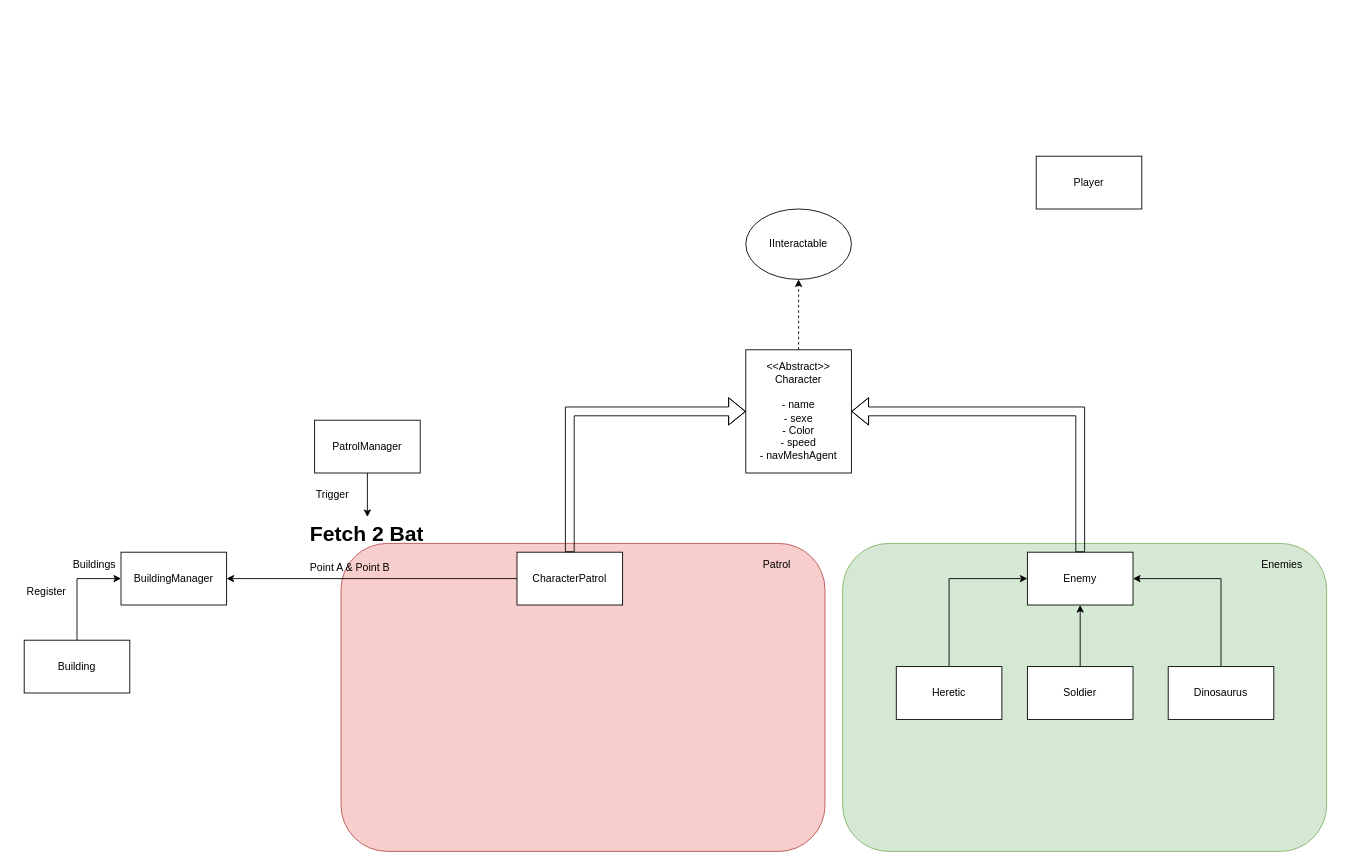
The draw.io diagram Archi.drawio in KillianBiou/GOD, before the edit. Source tidied: cells renumbered, new cells numbered last; positions are measured from the earlier drawing's top-left corner, leaving out a move shared by most shapes. Both pictures are drawn from the tidied source at 88%, with x=0, y=0 at pixel (15, 156).
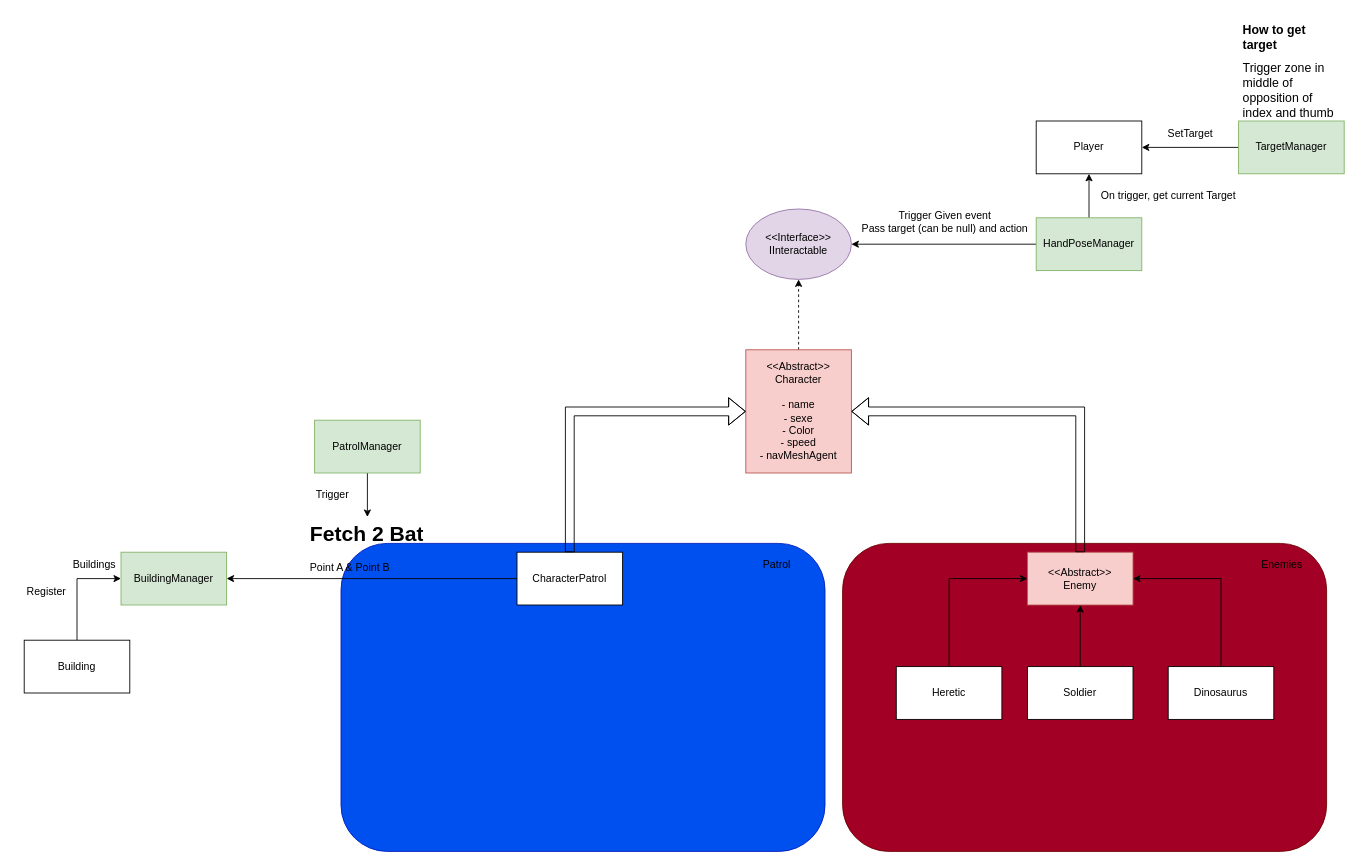
Above is the later version.

What changed in the source:
```diff
@@
-    <mxCell id="2" value="BuildingManager" style="rounded=0;whiteSpace=wrap;html=1;" parent="1" vertex="1">
+    <mxCell id="2" value="BuildingManager" style="rounded=0;whiteSpace=wrap;html=1;fillColor=#d5e8d4;strokeColor=#82b366;" parent="1" vertex="1">
       <mxGeometry x="120" y="450" width="120" height="60" as="geometry" />
     </mxCell>
@@
-    <mxCell id="7" style="rounded=1;whiteSpace=wrap;html=1;fillColor=#f8cecc;strokeColor=#b85450;" parent="1" vertex="1">
+    <mxCell id="7" style="rounded=1;whiteSpace=wrap;html=1;fillColor=#0050ef;strokeColor=#001DBC;fontColor=#ffffff;" parent="1" vertex="1">
       <mxGeometry x="370" y="440" width="550" height="350" as="geometry" />
     </mxCell>
@@
-    <mxCell id="10" value="&amp;lt;&amp;lt;Abstract&amp;gt;&amp;gt;&lt;br&gt;Character&lt;br&gt;&lt;br&gt;- name&lt;br&gt;- sexe&lt;br&gt;- Color&lt;br&gt;- speed&lt;br&gt;- navMeshAgent" style="rounded=0;whiteSpace=wrap;html=1;" parent="1" vertex="1">
+    <mxCell id="10" value="&amp;lt;&amp;lt;Abstract&amp;gt;&amp;gt;&lt;br&gt;Character&lt;br&gt;&lt;br&gt;- name&lt;br&gt;- sexe&lt;br&gt;- Color&lt;br&gt;- speed&lt;br&gt;- navMeshAgent" style="rounded=0;whiteSpace=wrap;html=1;fillColor=#f8cecc;strokeColor=#b85450;" parent="1" vertex="1">
       <mxGeometry x="830" y="220" width="120" height="140" as="geometry" />
     </mxCell>
@@
-    <mxCell id="16" value="PatrolManager" style="rounded=0;whiteSpace=wrap;html=1;" parent="1" vertex="1">
+    <mxCell id="16" value="PatrolManager" style="rounded=0;whiteSpace=wrap;html=1;fillColor=#d5e8d4;strokeColor=#82b366;" parent="1" vertex="1">
       <mxGeometry x="340" y="300" width="120" height="60" as="geometry" />
     </mxCell>
@@
-    <mxCell id="18" style="rounded=1;whiteSpace=wrap;html=1;fillColor=#d5e8d4;strokeColor=#82b366;" parent="1" vertex="1">
+    <mxCell id="18" style="rounded=1;whiteSpace=wrap;html=1;fillColor=#a20025;strokeColor=#6F0000;fontColor=#ffffff;" parent="1" vertex="1">
       <mxGeometry x="940" y="440" width="550" height="350" as="geometry" />
     </mxCell>
@@
-    <mxCell id="20" value="Enemy" style="rounded=0;whiteSpace=wrap;html=1;" parent="1" vertex="1">
+    <mxCell id="20" value="&amp;lt;&amp;lt;Abstract&amp;gt;&amp;gt;&lt;br&gt;Enemy" style="rounded=0;whiteSpace=wrap;html=1;fillColor=#f8cecc;strokeColor=#b85450;" parent="1" vertex="1">
       <mxGeometry x="1150" y="450" width="120" height="60" as="geometry" />
     </mxCell>
@@
-    <mxCell id="22" value="IInteractable" style="ellipse;whiteSpace=wrap;html=1;" parent="1" vertex="1">
+    <mxCell id="22" value="&amp;lt;&amp;lt;Interface&amp;gt;&amp;gt;&lt;br&gt;IInteractable" style="ellipse;whiteSpace=wrap;html=1;fillColor=#e1d5e7;strokeColor=#9673a6;" parent="1" vertex="1">
       <mxGeometry x="830" y="60" width="120" height="80" as="geometry" />
     </mxCell>
@@
     <mxCell id="29" value="Player" style="rounded=0;whiteSpace=wrap;html=1;" parent="1" vertex="1">
-      <mxGeometry x="1160" width="120" height="60" as="geometry" />
+      <mxGeometry x="1160" y="-40" width="120" height="60" as="geometry" />
     </mxCell>
+    <mxCell id="30" style="edgeStyle=orthogonalEdgeStyle;rounded=0;jettySize=auto;html=1;entryX=1;entryY=0.5;entryDx=0;entryDy=0;" parent="1" edge="1" source="32" target="22">
+      <mxGeometry relative="1" as="geometry" />
+    </mxCell>
+    <mxCell id="31" style="edgeStyle=orthogonalEdgeStyle;rounded=0;jettySize=auto;html=1;entryX=0.5;entryY=1;entryDx=0;entryDy=0;" parent="1" edge="1" source="32" target="29">
+      <mxGeometry relative="1" as="geometry" />
+    </mxCell>
+    <mxCell id="32" value="HandPoseManager" style="rounded=0;whiteSpace=wrap;html=1;fillColor=#d5e8d4;strokeColor=#82b366;" parent="1" vertex="1">
+      <mxGeometry x="1160" y="70" width="120" height="60" as="geometry" />
+    </mxCell>
+    <mxCell id="33" value="Trigger Given event&lt;br&gt;Pass target (can be null) and action" style="text;html=1;align=center;verticalAlign=middle;strokeColor=none;fillColor=none;" parent="1" vertex="1">
+      <mxGeometry x="951" y="55" width="210" height="40" as="geometry" />
+    </mxCell>
+    <mxCell id="34" value="On trigger, get current Target" style="text;html=1;align=center;verticalAlign=middle;strokeColor=none;fillColor=none;" parent="1" vertex="1">
+      <mxGeometry x="1220" y="30" width="180" height="30" as="geometry" />
+    </mxCell>
+    <mxCell id="35" style="edgeStyle=orthogonalEdgeStyle;rounded=0;jettySize=auto;html=1;entryX=1;entryY=0.5;entryDx=0;entryDy=0;" parent="1" edge="1" source="36" target="29">
+      <mxGeometry relative="1" as="geometry" />
+    </mxCell>
+    <mxCell id="36" value="TargetManager" style="rounded=0;whiteSpace=wrap;html=1;fillColor=#d5e8d4;strokeColor=#82b366;" parent="1" vertex="1">
+      <mxGeometry x="1390" y="-40" width="120" height="60" as="geometry" />
+    </mxCell>
+    <mxCell id="37" value="SetTarget" style="text;html=1;align=center;verticalAlign=middle;strokeColor=none;fillColor=none;" parent="1" vertex="1">
+      <mxGeometry x="1300" y="-40" width="70" height="30" as="geometry" />
+    </mxCell>
+    <mxCell id="38" value="&lt;h1 style=&quot;font-size: 14px;&quot;&gt;&lt;font style=&quot;font-size: 14px;&quot;&gt;How to get target&lt;/font&gt;&lt;/h1&gt;&lt;div style=&quot;font-size: 14px;&quot;&gt;&lt;font style=&quot;font-size: 14px;&quot;&gt;Trigger zone in middle of opposition of index and thumb&lt;/font&gt;&lt;/div&gt;" style="text;html=1;spacing=5;spacingTop=-20;whiteSpace=wrap;overflow=hidden;rounded=0;" parent="1" vertex="1">
+      <mxGeometry x="1390" y="-150" width="120" height="110" as="geometry" />
+    </mxCell>
```
